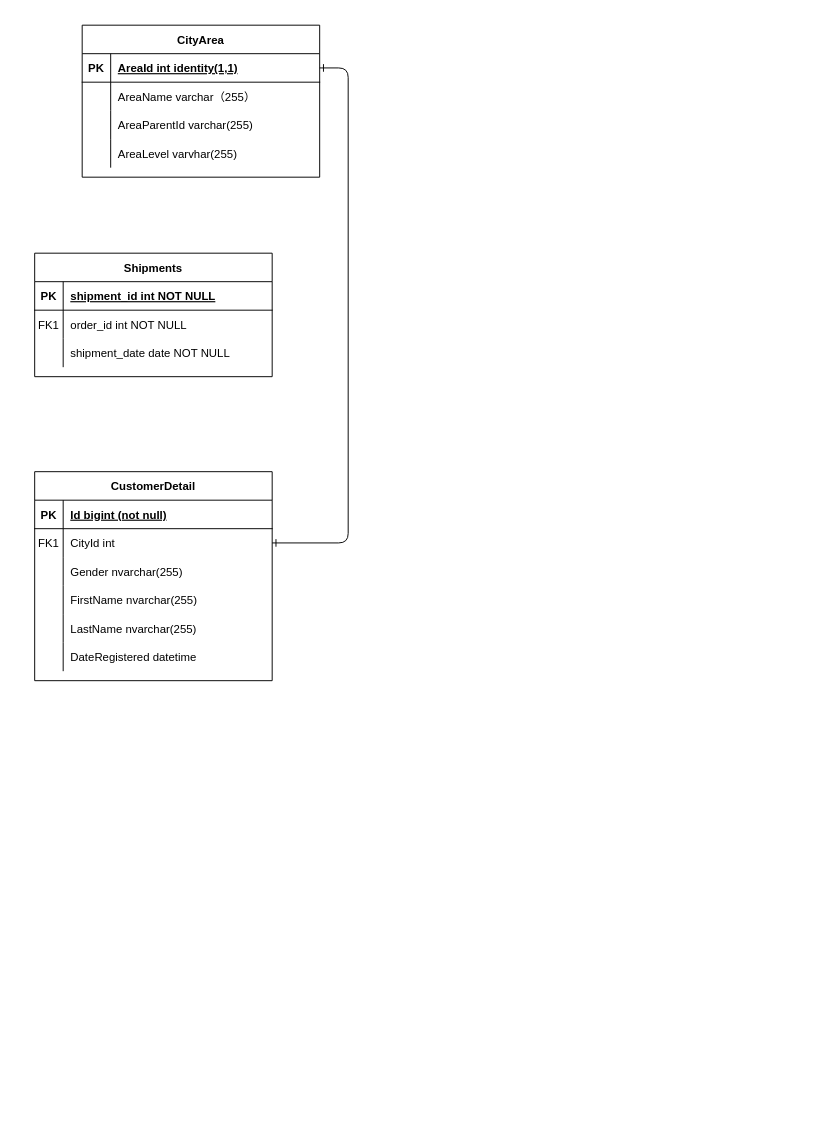
Earlier version of the draw.io diagram Untitled Diagram.drawio (Orca-github/Database_system). Source tidied: cells renumbered, new cells numbered last; positions are measured from the earlier drawing's top-left corner, leaving out a move shared by most shapes. Both pictures are drawn from the tidied source at 95%, with x=0, y=0 at pixel (34, 25).
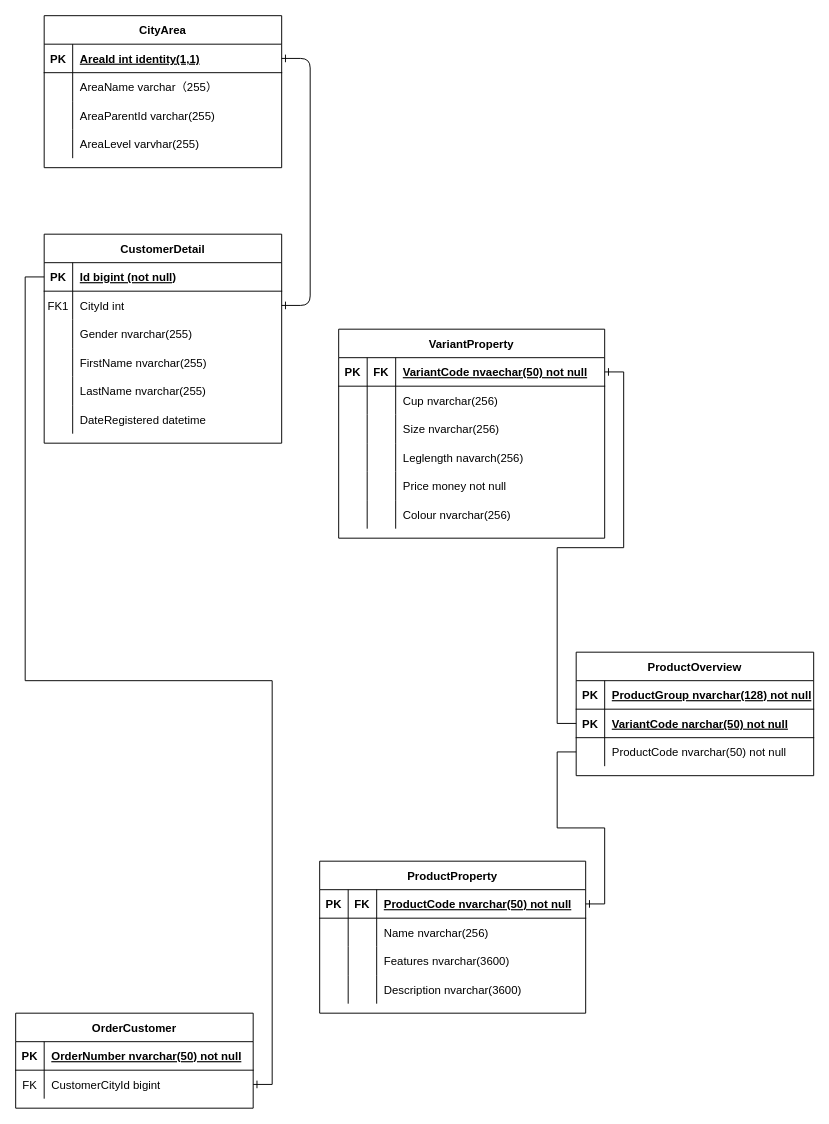
The same diagram, later.

The change refers to these unchanged cells:
```xml
<mxCell id="4" style="shape=partialRectangle;fillColor=none;points=[[0,0.5],[1,0.5]];portConstraint=eastwest;top=0;left=0;right=0;bottom=1;" parent="3" vertex="1">
  <mxGeometry y="30" width="250" height="30" as="geometry" />
</mxCell>
```

Change to the diagram source:
```diff
@@
     <mxCell id="3" value="CustomerDetail" style="shape=table;startSize=30;childLayout=tableLayout;rowLines=0;fontStyle=1;align=center;" parent="1" vertex="1">
-      <mxGeometry y="470" width="250" height="220" as="geometry" />
+      <mxGeometry x="10" y="220" width="250" height="220" as="geometry" />
     </mxCell>
@@
-    <mxCell id="22" value="Shipments" style="shape=table;startSize=30;childLayout=tableLayout;rowLines=0;fontStyle=1;align=center;" parent="1" vertex="1">
-      <mxGeometry y="240" width="250" height="130" as="geometry" />
+    <mxCell id="22" value="ProductProperty" style="shape=table;startSize=30;childLayout=tableLayout;rowLines=0;fontStyle=1;align=center;" parent="1" vertex="1">
+      <mxGeometry x="300" y="880" width="280" height="160" as="geometry" />
     </mxCell>
     <mxCell id="23" style="shape=partialRectangle;fillColor=none;points=[[0,0.5],[1,0.5]];portConstraint=eastwest;top=0;left=0;right=0;bottom=1;" parent="22" vertex="1">
-      <mxGeometry y="30" width="250" height="30" as="geometry" />
+      <mxGeometry y="30" width="280" height="30" as="geometry" />
     </mxCell>
+    <mxCell id="45" value="PK" style="shape=partialRectangle;overflow=hidden;fillColor=none;top=0;left=0;bottom=0;right=0;fontStyle=1;" parent="23" vertex="1">
+      <mxGeometry width="30" height="30" as="geometry" />
+    </mxCell>
-    <mxCell id="24" value="PK" style="shape=partialRectangle;overflow=hidden;fillColor=none;top=0;left=0;bottom=0;right=0;fontStyle=1;" parent="23" vertex="1">
-      <mxGeometry width="30" height="30" as="geometry" />
+    <mxCell id="24" value="FK" style="shape=partialRectangle;overflow=hidden;fillColor=none;top=0;left=0;bottom=0;right=0;fontStyle=1;" parent="23" vertex="1">
+      <mxGeometry x="30" width="30" height="30" as="geometry" />
     </mxCell>
-    <mxCell id="25" value="shipment_id int NOT NULL " style="shape=partialRectangle;overflow=hidden;fillColor=none;top=0;left=0;bottom=0;right=0;align=left;spacingLeft=6;fontStyle=5;" parent="23" vertex="1">
-      <mxGeometry x="30" width="220" height="30" as="geometry" />
+    <mxCell id="25" value="ProductCode nvarchar(50) not null" style="shape=partialRectangle;overflow=hidden;fillColor=none;top=0;left=0;bottom=0;right=0;align=left;spacingLeft=6;fontStyle=5;" parent="23" vertex="1">
+      <mxGeometry x="60" width="220" height="30" as="geometry" />
     </mxCell>
     <mxCell id="26" style="shape=partialRectangle;fillColor=none;top=0;left=0;right=0;bottom=0;" parent="22" vertex="1">
-      <mxGeometry y="60" width="250" height="30" as="geometry" />
+      <mxGeometry y="60" width="280" height="30" as="geometry" />
     </mxCell>
+    <mxCell id="46" style="shape=partialRectangle;overflow=hidden;fillColor=none;top=0;left=0;bottom=0;right=0;" parent="26" vertex="1">
+      <mxGeometry width="30" height="30" as="geometry" />
+    </mxCell>
-    <mxCell id="27" value="FK1" style="shape=partialRectangle;overflow=hidden;fillColor=none;top=0;left=0;bottom=0;right=0;" parent="26" vertex="1">
-      <mxGeometry width="30" height="30" as="geometry" />
+    <mxCell id="27" style="shape=partialRectangle;overflow=hidden;fillColor=none;top=0;left=0;bottom=0;right=0;" parent="26" vertex="1">
+      <mxGeometry x="30" width="30" height="30" as="geometry" />
     </mxCell>
-    <mxCell id="28" value="order_id int NOT NULL" style="shape=partialRectangle;overflow=hidden;fillColor=none;top=0;left=0;bottom=0;right=0;align=left;spacingLeft=6;" parent="26" vertex="1">
-      <mxGeometry x="30" width="220" height="30" as="geometry" />
+    <mxCell id="28" value="Name nvarchar(256)" style="shape=partialRectangle;overflow=hidden;fillColor=none;top=0;left=0;bottom=0;right=0;align=left;spacingLeft=6;" parent="26" vertex="1">
+      <mxGeometry x="60" width="220" height="30" as="geometry" />
     </mxCell>
     <mxCell id="29" style="shape=partialRectangle;fillColor=none;top=0;left=0;right=0;bottom=0;" parent="22" vertex="1">
-      <mxGeometry y="90" width="250" height="30" as="geometry" />
+      <mxGeometry y="90" width="280" height="30" as="geometry" />
     </mxCell>
+    <mxCell id="47" style="shape=partialRectangle;overflow=hidden;fillColor=none;top=0;left=0;bottom=0;right=0;" parent="29" vertex="1">
+      <mxGeometry width="30" height="30" as="geometry" />
+    </mxCell>
     <mxCell id="30" style="shape=partialRectangle;overflow=hidden;fillColor=none;top=0;left=0;bottom=0;right=0;" parent="29" vertex="1">
-      <mxGeometry width="30" height="30" as="geometry" />
+      <mxGeometry x="30" width="30" height="30" as="geometry" />
     </mxCell>
-    <mxCell id="31" value="shipment_date date NOT NULL" style="shape=partialRectangle;overflow=hidden;fillColor=none;top=0;left=0;bottom=0;right=0;align=left;spacingLeft=6;" parent="29" vertex="1">
-      <mxGeometry x="30" width="220" height="30" as="geometry" />
+    <mxCell id="31" value="Features nvarchar(3600)" style="shape=partialRectangle;overflow=hidden;fillColor=none;top=0;left=0;bottom=0;right=0;align=left;spacingLeft=6;" parent="29" vertex="1">
+      <mxGeometry x="60" width="220" height="30" as="geometry" />
     </mxCell>
+    <mxCell id="48" style="shape=partialRectangle;fillColor=none;top=0;left=0;right=0;bottom=0;" parent="22" vertex="1">
+      <mxGeometry y="120" width="280" height="30" as="geometry" />
+    </mxCell>
+    <mxCell id="49" style="shape=partialRectangle;overflow=hidden;fillColor=none;top=0;left=0;bottom=0;right=0;" parent="48" vertex="1">
+      <mxGeometry width="30" height="30" as="geometry" />
+    </mxCell>
+    <mxCell id="50" style="shape=partialRectangle;overflow=hidden;fillColor=none;top=0;left=0;bottom=0;right=0;" parent="48" vertex="1">
+      <mxGeometry x="30" width="30" height="30" as="geometry" />
+    </mxCell>
+    <mxCell id="51" value="Description nvarchar(3600)" style="shape=partialRectangle;overflow=hidden;fillColor=none;top=0;left=0;bottom=0;right=0;align=left;spacingLeft=6;" parent="48" vertex="1">
+      <mxGeometry x="60" width="220" height="30" as="geometry" />
+    </mxCell>
     <mxCell id="32" value="CityArea" style="shape=table;startSize=30;childLayout=tableLayout;rowLines=0;fontStyle=1;align=center;" parent="1" vertex="1">
-      <mxGeometry x="50" width="250" height="160" as="geometry" />
+      <mxGeometry x="10" y="-10" width="250" height="160" as="geometry" />
     </mxCell>
@@
+    <mxCell id="52" value="VariantProperty" style="shape=table;startSize=30;childLayout=tableLayout;rowLines=0;fontStyle=1;align=center;" parent="1" vertex="1">
+      <mxGeometry x="320" y="320" width="280" height="220" as="geometry" />
+    </mxCell>
+    <mxCell id="53" style="shape=partialRectangle;fillColor=none;points=[[0,0.5],[1,0.5]];portConstraint=eastwest;top=0;left=0;right=0;bottom=1;" parent="52" vertex="1">
+      <mxGeometry y="30" width="280" height="30" as="geometry" />
+    </mxCell>
+    <mxCell id="54" value="PK" style="shape=partialRectangle;overflow=hidden;fillColor=none;top=0;left=0;bottom=0;right=0;fontStyle=1;" parent="53" vertex="1">
+      <mxGeometry width="30" height="30" as="geometry" />
+    </mxCell>
+    <mxCell id="55" value="FK" style="shape=partialRectangle;overflow=hidden;fillColor=none;top=0;left=0;bottom=0;right=0;fontStyle=1;" parent="53" vertex="1">
+      <mxGeometry x="30" width="30" height="30" as="geometry" />
+    </mxCell>
+    <mxCell id="56" value="VariantCode nvaechar(50) not null" style="shape=partialRectangle;overflow=hidden;fillColor=none;top=0;left=0;bottom=0;right=0;align=left;spacingLeft=6;fontStyle=5;" parent="53" vertex="1">
+      <mxGeometry x="60" width="220" height="30" as="geometry" />
+    </mxCell>
+    <mxCell id="57" style="shape=partialRectangle;fillColor=none;top=0;left=0;right=0;bottom=0;" parent="52" vertex="1">
+      <mxGeometry y="60" width="280" height="30" as="geometry" />
+    </mxCell>
+    <mxCell id="58" style="shape=partialRectangle;overflow=hidden;fillColor=none;top=0;left=0;bottom=0;right=0;" parent="57" vertex="1">
+      <mxGeometry width="30" height="30" as="geometry" />
+    </mxCell>
+    <mxCell id="59" style="shape=partialRectangle;overflow=hidden;fillColor=none;top=0;left=0;bottom=0;right=0;" parent="57" vertex="1">
+      <mxGeometry x="30" width="30" height="30" as="geometry" />
+    </mxCell>
+    <mxCell id="60" value="Cup nvarchar(256)" style="shape=partialRectangle;overflow=hidden;fillColor=none;top=0;left=0;bottom=0;right=0;align=left;spacingLeft=6;" parent="57" vertex="1">
+      <mxGeometry x="60" width="220" height="30" as="geometry" />
+    </mxCell>
+    <mxCell id="61" style="shape=partialRectangle;fillColor=none;top=0;left=0;right=0;bottom=0;" parent="52" vertex="1">
+      <mxGeometry y="90" width="280" height="30" as="geometry" />
+    </mxCell>
+    <mxCell id="62" style="shape=partialRectangle;overflow=hidden;fillColor=none;top=0;left=0;bottom=0;right=0;" parent="61" vertex="1">
+      <mxGeometry width="30" height="30" as="geometry" />
+    </mxCell>
+    <mxCell id="63" style="shape=partialRectangle;overflow=hidden;fillColor=none;top=0;left=0;bottom=0;right=0;" parent="61" vertex="1">
+      <mxGeometry x="30" width="30" height="30" as="geometry" />
+    </mxCell>
+    <mxCell id="64" value="Size nvarchar(256)" style="shape=partialRectangle;overflow=hidden;fillColor=none;top=0;left=0;bottom=0;right=0;align=left;spacingLeft=6;" parent="61" vertex="1">
+      <mxGeometry x="60" width="220" height="30" as="geometry" />
+    </mxCell>
+    <mxCell id="65" style="shape=partialRectangle;fillColor=none;top=0;left=0;right=0;bottom=0;" parent="52" vertex="1">
+      <mxGeometry y="120" width="280" height="30" as="geometry" />
+    </mxCell>
+    <mxCell id="66" style="shape=partialRectangle;overflow=hidden;fillColor=none;top=0;left=0;bottom=0;right=0;" parent="65" vertex="1">
+      <mxGeometry width="30" height="30" as="geometry" />
+    </mxCell>
+    <mxCell id="67" style="shape=partialRectangle;overflow=hidden;fillColor=none;top=0;left=0;bottom=0;right=0;" parent="65" vertex="1">
+      <mxGeometry x="30" width="30" height="30" as="geometry" />
+    </mxCell>
+    <mxCell id="68" value="Leglength navarch(256)" style="shape=partialRectangle;overflow=hidden;fillColor=none;top=0;left=0;bottom=0;right=0;align=left;spacingLeft=6;" parent="65" vertex="1">
+      <mxGeometry x="60" width="220" height="30" as="geometry" />
+    </mxCell>
+    <mxCell id="69" style="shape=partialRectangle;fillColor=none;top=0;left=0;right=0;bottom=0;" parent="52" vertex="1">
+      <mxGeometry y="150" width="280" height="30" as="geometry" />
+    </mxCell>
+    <mxCell id="70" style="shape=partialRectangle;overflow=hidden;fillColor=none;top=0;left=0;bottom=0;right=0;" parent="69" vertex="1">
+      <mxGeometry width="30" height="30" as="geometry" />
+    </mxCell>
+    <mxCell id="71" style="shape=partialRectangle;overflow=hidden;fillColor=none;top=0;left=0;bottom=0;right=0;" parent="69" vertex="1">
+      <mxGeometry x="30" width="30" height="30" as="geometry" />
+    </mxCell>
+    <mxCell id="72" value="Price money not null" style="shape=partialRectangle;overflow=hidden;fillColor=none;top=0;left=0;bottom=0;right=0;align=left;spacingLeft=6;" parent="69" vertex="1">
+      <mxGeometry x="60" width="220" height="30" as="geometry" />
+    </mxCell>
+    <mxCell id="73" style="shape=partialRectangle;fillColor=none;top=0;left=0;right=0;bottom=0;" parent="52" vertex="1">
+      <mxGeometry y="180" width="280" height="30" as="geometry" />
+    </mxCell>
+    <mxCell id="74" style="shape=partialRectangle;overflow=hidden;fillColor=none;top=0;left=0;bottom=0;right=0;" parent="73" vertex="1">
+      <mxGeometry width="30" height="30" as="geometry" />
+    </mxCell>
+    <mxCell id="75" style="shape=partialRectangle;overflow=hidden;fillColor=none;top=0;left=0;bottom=0;right=0;" parent="73" vertex="1">
+      <mxGeometry x="30" width="30" height="30" as="geometry" />
+    </mxCell>
+    <mxCell id="76" value="Colour nvarchar(256)" style="shape=partialRectangle;overflow=hidden;fillColor=none;top=0;left=0;bottom=0;right=0;align=left;spacingLeft=6;" parent="73" vertex="1">
+      <mxGeometry x="60" width="220" height="30" as="geometry" />
+    </mxCell>
+    <mxCell id="77" value="ProductOverview" style="shape=table;startSize=30;childLayout=tableLayout;rowLines=0;fontStyle=1;align=center;" parent="1" vertex="1">
+      <mxGeometry x="570" y="660" width="250" height="130" as="geometry" />
+    </mxCell>
+    <mxCell id="78" style="shape=partialRectangle;fillColor=none;top=0;left=0;right=0;bottom=1;" parent="77" vertex="1">
+      <mxGeometry y="30" width="250" height="30" as="geometry" />
+    </mxCell>
+    <mxCell id="79" value="PK" style="shape=partialRectangle;overflow=hidden;fillColor=none;top=0;left=0;bottom=0;right=0;fontStyle=1;" parent="78" vertex="1">
+      <mxGeometry width="30" height="30" as="geometry" />
+    </mxCell>
+    <mxCell id="80" value="ProductGroup nvarchar(128) not null" style="shape=partialRectangle;overflow=hidden;fillColor=none;top=0;left=0;bottom=0;right=0;align=left;spacingLeft=6;fontStyle=5;" parent="78" vertex="1">
+      <mxGeometry x="30" width="220" height="30" as="geometry" />
+    </mxCell>
+    <mxCell id="81" style="shape=partialRectangle;fillColor=none;points=[[0,0.5],[1,0.5]];portConstraint=eastwest;top=0;left=0;right=0;bottom=1;" parent="77" vertex="1">
+      <mxGeometry y="60" width="250" height="30" as="geometry" />
+    </mxCell>
+    <mxCell id="82" value="PK" style="shape=partialRectangle;overflow=hidden;fillColor=none;top=0;left=0;bottom=0;right=0;fontStyle=1;" parent="81" vertex="1">
+      <mxGeometry width="30" height="30" as="geometry" />
+    </mxCell>
+    <mxCell id="83" value="VariantCode narchar(50) not null" style="shape=partialRectangle;overflow=hidden;fillColor=none;top=0;left=0;bottom=0;right=0;align=left;spacingLeft=6;fontStyle=5;" parent="81" vertex="1">
+      <mxGeometry x="30" width="220" height="30" as="geometry" />
+    </mxCell>
+    <mxCell id="84" style="shape=partialRectangle;fillColor=none;points=[[0,0.5],[1,0.5]];portConstraint=eastwest;top=0;left=0;right=0;bottom=0;" parent="77" vertex="1">
+      <mxGeometry y="90" width="250" height="30" as="geometry" />
+    </mxCell>
+    <mxCell id="85" style="shape=partialRectangle;overflow=hidden;fillColor=none;top=0;left=0;bottom=0;right=0;" parent="84" vertex="1">
+      <mxGeometry width="30" height="30" as="geometry" />
+    </mxCell>
+    <mxCell id="86" value="ProductCode nvarchar(50) not null" style="shape=partialRectangle;overflow=hidden;fillColor=none;top=0;left=0;bottom=0;right=0;align=left;spacingLeft=6;" parent="84" vertex="1">
+      <mxGeometry x="30" width="220" height="30" as="geometry" />
+    </mxCell>
+    <mxCell id="87" style="edgeStyle=orthogonalEdgeStyle;rounded=0;jettySize=auto;html=1;entryX=1;entryY=0.5;entryDx=0;entryDy=0;endArrow=ERone;endFill=0;" parent="1" edge="1" source="81" target="53">
+      <mxGeometry relative="1" as="geometry" />
+    </mxCell>
+    <mxCell id="88" style="edgeStyle=orthogonalEdgeStyle;rounded=0;jettySize=auto;html=1;entryX=1;entryY=0.5;entryDx=0;entryDy=0;endArrow=ERone;endFill=0;" parent="1" edge="1" source="84" target="23">
+      <mxGeometry relative="1" as="geometry" />
+    </mxCell>
+    <mxCell id="89" value="OrderCustomer" style="shape=table;startSize=30;childLayout=tableLayout;rowLines=0;fontStyle=1;align=center;" parent="1" vertex="1">
+      <mxGeometry x="-20" y="1040" width="250" height="100" as="geometry" />
+    </mxCell>
+    <mxCell id="90" style="shape=partialRectangle;fillColor=none;top=0;left=0;right=0;bottom=1;" parent="89" vertex="1">
+      <mxGeometry y="30" width="250" height="30" as="geometry" />
+    </mxCell>
+    <mxCell id="91" value="PK" style="shape=partialRectangle;overflow=hidden;fillColor=none;top=0;left=0;bottom=0;right=0;fontStyle=1;" parent="90" vertex="1">
+      <mxGeometry width="30" height="30" as="geometry" />
+    </mxCell>
+    <mxCell id="92" value="OrderNumber nvarchar(50) not null" style="shape=partialRectangle;overflow=hidden;fillColor=none;top=0;left=0;bottom=0;right=0;align=left;spacingLeft=6;fontStyle=5;" parent="90" vertex="1">
+      <mxGeometry x="30" width="220" height="30" as="geometry" />
+    </mxCell>
+    <mxCell id="93" style="shape=partialRectangle;fillColor=none;points=[[0,0.5],[1,0.5]];portConstraint=eastwest;top=0;left=0;right=0;bottom=0;" parent="89" vertex="1">
+      <mxGeometry y="60" width="250" height="30" as="geometry" />
+    </mxCell>
+    <mxCell id="94" value="FK" style="shape=partialRectangle;overflow=hidden;fillColor=none;top=0;left=0;bottom=0;right=0;" parent="93" vertex="1">
+      <mxGeometry width="30" height="30" as="geometry" />
+    </mxCell>
+    <mxCell id="95" value="CustomerCityId bigint" style="shape=partialRectangle;overflow=hidden;fillColor=none;top=0;left=0;bottom=0;right=0;align=left;spacingLeft=6;" parent="93" vertex="1">
+      <mxGeometry x="30" width="220" height="30" as="geometry" />
+    </mxCell>
+    <mxCell id="96" style="edgeStyle=orthogonalEdgeStyle;rounded=0;jettySize=auto;html=1;entryX=1;entryY=0.5;entryDx=0;entryDy=0;endArrow=ERone;endFill=0;" parent="1" edge="1" source="4" target="93">
+      <mxGeometry relative="1" as="geometry" />
+    </mxCell>
```
